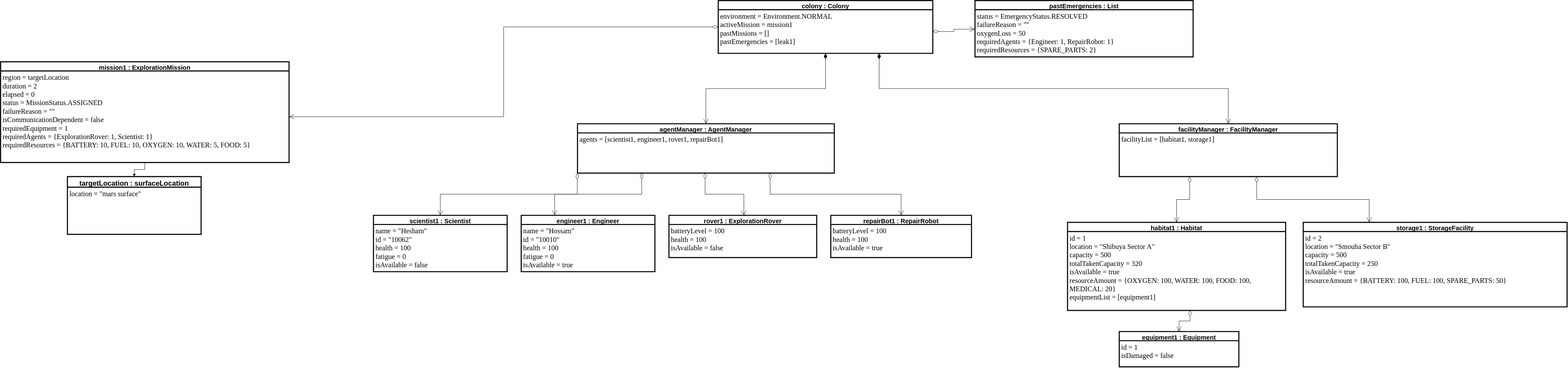
Before: UML Design/objectDiagram.drawio.svg, a diagram exported from draw.io (ZiedDev/programming2-project1). Source tidied: cells renumbered, new cells last; positions are measured from the earlier drawing's top-left corner, leaving out a move shared by most shapes.
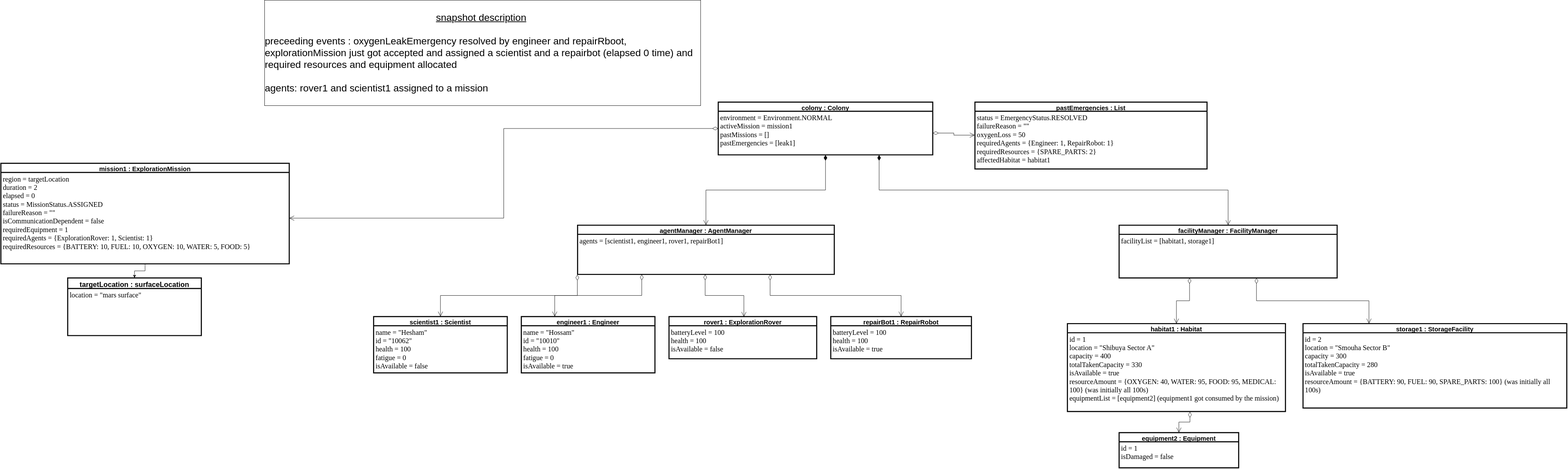
Above is the later version.

Commit message:
tweak uml to be more realistic

Change to the diagram source:
```diff
@@ -21,10 +21,10 @@
       <mxGeometry y="26" width="620" height="124" as="geometry" />
     </mxCell>
     <mxCell id="8" value="&lt;span style=&quot;font-size: 18px;&quot;&gt;pastEmergencies : List&lt;/span&gt;" style="swimlane;fontStyle=1;align=center;verticalAlign=top;horizontal=1;startSize=26;whiteSpace=wrap;html=1;rounded=0;strokeWidth=3;" parent="1" vertex="1">
-      <mxGeometry x="2770" width="620" height="160" as="geometry" />
+      <mxGeometry x="2770" width="660" height="190" as="geometry" />
     </mxCell>
-    <mxCell id="9" value="&lt;span style=&quot;font-size: 20px;&quot;&gt;status = EmergencyStatus.RESOLVED&lt;/span&gt;&lt;div&gt;&lt;span style=&quot;font-size: 20px;&quot;&gt;failureReason = &quot;&quot;&lt;/span&gt;&lt;/div&gt;&lt;div&gt;&lt;span style=&quot;font-size: 20px;&quot;&gt;oxygenLoss = 50&lt;/span&gt;&lt;/div&gt;&lt;div&gt;&lt;span style=&quot;font-size: 20px;&quot;&gt;requiredAgents = {Engineer: 1, RepairRobot: 1}&lt;/span&gt;&lt;/div&gt;&lt;div&gt;&lt;span style=&quot;font-size: 20px;&quot;&gt;requiredResources = {SPARE_PARTS: 2}&lt;/span&gt;&lt;/div&gt;" style="text;strokeColor=none;fillColor=none;align=left;verticalAlign=top;spacingLeft=4;spacingRight=4;overflow=hidden;points=[[0,0.5],[1,0.5]];portConstraint=eastwest;whiteSpace=wrap;html=1;fontFamily=Lucida Console;fontSize=16;fontColor=default;fontStyle=0;rounded=0;" parent="8" vertex="1">
-      <mxGeometry y="26" width="620" height="134" as="geometry" />
+    <mxCell id="9" value="&lt;span style=&quot;font-size: 20px;&quot;&gt;status = EmergencyStatus.RESOLVED&lt;/span&gt;&lt;div&gt;&lt;span style=&quot;font-size: 20px;&quot;&gt;failureReason = &quot;&quot;&lt;/span&gt;&lt;/div&gt;&lt;div&gt;&lt;span style=&quot;font-size: 20px;&quot;&gt;oxygenLoss = 50&lt;/span&gt;&lt;/div&gt;&lt;div&gt;&lt;span style=&quot;font-size: 20px;&quot;&gt;requiredAgents = {Engineer: 1, RepairRobot: 1}&lt;/span&gt;&lt;/div&gt;&lt;div&gt;&lt;span style=&quot;font-size: 20px;&quot;&gt;requiredResources = {SPARE_PARTS: 2}&lt;/span&gt;&lt;/div&gt;&lt;div&gt;&lt;span style=&quot;font-size: 20px;&quot;&gt;affectedHabitat = habitat1&lt;/span&gt;&lt;/div&gt;" style="text;strokeColor=none;fillColor=none;align=left;verticalAlign=top;spacingLeft=4;spacingRight=4;overflow=hidden;points=[[0,0.5],[1,0.5]];portConstraint=eastwest;whiteSpace=wrap;html=1;fontFamily=Lucida Console;fontSize=16;fontColor=default;fontStyle=0;rounded=0;" parent="8" vertex="1">
+      <mxGeometry y="26" width="660" height="164" as="geometry" />
     </mxCell>
     <mxCell id="10" value="&lt;span style=&quot;font-size: 18px;&quot;&gt;scientist1 : Scientist&lt;/span&gt;" style="swimlane;fontStyle=1;align=center;verticalAlign=top;horizontal=1;startSize=26;whiteSpace=wrap;html=1;rounded=0;strokeWidth=3;" parent="1" vertex="1">
       <mxGeometry x="1060" y="610" width="380" height="160" as="geometry" />
@@ -53,16 +53,16 @@
     <mxCell id="18" value="&lt;span style=&quot;font-size: 18px;&quot;&gt;habitat1 : Habitat&lt;/span&gt;" style="swimlane;fontStyle=1;align=center;verticalAlign=top;horizontal=1;startSize=26;whiteSpace=wrap;html=1;rounded=0;strokeWidth=3;" parent="1" vertex="1">
       <mxGeometry x="3033" y="630" width="620" height="250" as="geometry" />
     </mxCell>
-    <mxCell id="19" value="&lt;span style=&quot;font-size: 20px;&quot;&gt;id = 1&lt;/span&gt;&lt;div&gt;&lt;span style=&quot;font-size: 20px;&quot;&gt;location = &quot;Shibuya Sector A&quot;&lt;/span&gt;&lt;/div&gt;&lt;div&gt;&lt;span style=&quot;font-size: 20px;&quot;&gt;capacity = 500&lt;/span&gt;&lt;/div&gt;&lt;div&gt;&lt;span style=&quot;font-size: 20px;&quot;&gt;totalTakenCapacity = 320&lt;/span&gt;&lt;/div&gt;&lt;div&gt;&lt;span style=&quot;font-size: 20px;&quot;&gt;isAvailable = true&lt;/span&gt;&lt;/div&gt;&lt;div&gt;&lt;span style=&quot;font-size: 20px;&quot;&gt;resourceAmount = {OXYGEN: 100, WATER: 100, FOOD: 100, MEDICAL: 20}&lt;/span&gt;&lt;/div&gt;&lt;div&gt;&lt;span style=&quot;font-size: 20px;&quot;&gt;equipmentList = [equipment1]&lt;/span&gt;&lt;/div&gt;" style="text;strokeColor=none;fillColor=none;align=left;verticalAlign=top;spacingLeft=4;spacingRight=4;overflow=hidden;points=[[0,0.5],[1,0.5]];portConstraint=eastwest;whiteSpace=wrap;html=1;fontFamily=Lucida Console;fontSize=16;fontColor=default;fontStyle=0;rounded=0;" parent="18" vertex="1">
+    <mxCell id="19" value="&lt;span style=&quot;font-size: 20px;&quot;&gt;id = 1&lt;/span&gt;&lt;div&gt;&lt;span style=&quot;font-size: 20px;&quot;&gt;location = &quot;Shibuya Sector A&quot;&lt;/span&gt;&lt;/div&gt;&lt;div&gt;&lt;span style=&quot;font-size: 20px;&quot;&gt;capacity = 400&lt;/span&gt;&lt;/div&gt;&lt;div&gt;&lt;span style=&quot;font-size: 20px;&quot;&gt;totalTakenCapacity = 330&lt;/span&gt;&lt;/div&gt;&lt;div&gt;&lt;span style=&quot;font-size: 20px;&quot;&gt;isAvailable = true&lt;/span&gt;&lt;/div&gt;&lt;div&gt;&lt;span style=&quot;font-size: 20px;&quot;&gt;resourceAmount = {OXYGEN: 40, WATER: 95, FOOD: 95, MEDICAL: 100} (was initially all 100s)&lt;/span&gt;&lt;/div&gt;&lt;div&gt;&lt;span style=&quot;font-size: 20px;&quot;&gt;equipmentList = [equipment2] (equipment1 got consumed by the mission)&lt;/span&gt;&lt;/div&gt;" style="text;strokeColor=none;fillColor=none;align=left;verticalAlign=top;spacingLeft=4;spacingRight=4;overflow=hidden;points=[[0,0.5],[1,0.5]];portConstraint=eastwest;whiteSpace=wrap;html=1;fontFamily=Lucida Console;fontSize=16;fontColor=default;fontStyle=0;rounded=0;" parent="18" vertex="1">
       <mxGeometry y="26" width="620" height="224" as="geometry" />
     </mxCell>
     <mxCell id="20" value="&lt;span style=&quot;font-size: 18px;&quot;&gt;storage1 : StorageFacility&lt;/span&gt;" style="swimlane;fontStyle=1;align=center;verticalAlign=top;horizontal=1;startSize=26;whiteSpace=wrap;html=1;rounded=0;strokeWidth=3;" parent="1" vertex="1">
       <mxGeometry x="3703" y="630" width="750" height="240" as="geometry" />
     </mxCell>
-    <mxCell id="21" value="&lt;span style=&quot;font-size: 20px;&quot;&gt;id = 2&lt;/span&gt;&lt;div&gt;&lt;span style=&quot;font-size: 20px;&quot;&gt;location = &quot;Smouha Sector B&quot;&lt;/span&gt;&lt;/div&gt;&lt;div&gt;&lt;span style=&quot;font-size: 20px;&quot;&gt;capacity = 500&lt;/span&gt;&lt;/div&gt;&lt;div&gt;&lt;span style=&quot;font-size: 20px;&quot;&gt;totalTakenCapacity = 250&lt;/span&gt;&lt;/div&gt;&lt;div&gt;&lt;span style=&quot;font-size: 20px;&quot;&gt;isAvailable = true&lt;/span&gt;&lt;/div&gt;&lt;div&gt;&lt;span style=&quot;font-size: 20px;&quot;&gt;resourceAmount = {BATTERY: 100, FUEL: 100, SPARE_PARTS: 50}&lt;/span&gt;&lt;/div&gt;" style="text;strokeColor=none;fillColor=none;align=left;verticalAlign=top;spacingLeft=4;spacingRight=4;overflow=hidden;whiteSpace=wrap;html=1;fontFamily=Lucida Console;fontSize=16;fontColor=default;fontStyle=0;rounded=0;" parent="20" vertex="1">
+    <mxCell id="21" value="&lt;span style=&quot;font-size: 20px;&quot;&gt;id = 2&lt;/span&gt;&lt;div&gt;&lt;span style=&quot;font-size: 20px;&quot;&gt;location = &quot;Smouha Sector B&quot;&lt;/span&gt;&lt;/div&gt;&lt;div&gt;&lt;span style=&quot;font-size: 20px;&quot;&gt;capacity = 300&lt;/span&gt;&lt;/div&gt;&lt;div&gt;&lt;span style=&quot;font-size: 20px;&quot;&gt;totalTakenCapacity = 280&lt;/span&gt;&lt;/div&gt;&lt;div&gt;&lt;span style=&quot;font-size: 20px;&quot;&gt;isAvailable = true&lt;/span&gt;&lt;/div&gt;&lt;div&gt;&lt;span style=&quot;font-size: 20px;&quot;&gt;resourceAmount = {BATTERY: 90, FUEL: 90, SPARE_PARTS: 100} (was initially all 100s)&lt;/span&gt;&lt;/div&gt;" style="text;strokeColor=none;fillColor=none;align=left;verticalAlign=top;spacingLeft=4;spacingRight=4;overflow=hidden;whiteSpace=wrap;html=1;fontFamily=Lucida Console;fontSize=16;fontColor=default;fontStyle=0;rounded=0;" parent="20" vertex="1">
       <mxGeometry y="26" width="750" height="214" as="geometry" />
     </mxCell>
-    <mxCell id="22" value="&lt;span style=&quot;font-size: 18px;&quot;&gt;equipment1 : Equipment&lt;/span&gt;" style="swimlane;fontStyle=1;align=center;verticalAlign=top;horizontal=1;startSize=26;whiteSpace=wrap;html=1;rounded=0;strokeWidth=3;" parent="1" vertex="1">
+    <mxCell id="22" value="&lt;span style=&quot;font-size: 18px;&quot;&gt;equipment2 : Equipment&lt;/span&gt;" style="swimlane;fontStyle=1;align=center;verticalAlign=top;horizontal=1;startSize=26;whiteSpace=wrap;html=1;rounded=0;strokeWidth=3;" parent="1" vertex="1">
       <mxGeometry x="3180" y="940" width="340" height="100" as="geometry" />
     </mxCell>
     <mxCell id="23" value="&lt;span style=&quot;font-size: 20px;&quot;&gt;id = 1&lt;/span&gt;&lt;div&gt;&lt;span style=&quot;font-size: 20px;&quot;&gt;isDamaged = false&lt;/span&gt;&lt;/div&gt;" style="text;strokeColor=none;fillColor=none;align=left;verticalAlign=top;spacingLeft=4;spacingRight=4;overflow=hidden;whiteSpace=wrap;html=1;fontFamily=Lucida Console;fontSize=16;fontColor=default;fontStyle=0;rounded=0;" parent="22" vertex="1">
@@ -116,5 +116,8 @@
     <mxCell id="39" style="endArrow=open;html=1;endSize=12;startArrow=diamondThin;startSize=14;startFill=0;edgeStyle=orthogonalEdgeStyle;align=left;verticalAlign=bottom;rounded=0;defaultLabelBackgroundColor=page;exitX=0;exitY=0.5;exitDx=0;exitDy=0;entryX=1;entryY=0.5;entryDx=0;entryDy=0;" parent="1" edge="1" source="2" target="26">
       <mxGeometry x="-1" y="3" relative="1" as="geometry" />
     </mxCell>
+    <mxCell id="40" value="&lt;font style=&quot;font-size: 28px;&quot;&gt;&lt;u style=&quot;&quot;&gt;snapshot description&lt;/u&gt;&amp;nbsp;&lt;/font&gt;&lt;div&gt;&lt;font style=&quot;font-size: 28px;&quot;&gt;&lt;br&gt;&lt;/font&gt;&lt;div style=&quot;text-align: left;&quot;&gt;&lt;font style=&quot;font-size: 28px;&quot;&gt;preceeding events : oxygenLeakEmergency resolved by engineer and repairRboot, explorationMission just got accepted and assigned a scientist and a repairbot (elapsed 0 time) and required resources and equipment allocated&lt;/font&gt;&lt;/div&gt;&lt;/div&gt;&lt;div style=&quot;text-align: left;&quot;&gt;&lt;font style=&quot;font-size: 28px;&quot;&gt;&lt;br&gt;&lt;/font&gt;&lt;/div&gt;&lt;div style=&quot;text-align: left;&quot;&gt;&lt;font style=&quot;font-size: 28px;&quot;&gt;agents: rover1 and scientist1 assigned to a mission&lt;/font&gt;&lt;/div&gt;" style="rounded=0;whiteSpace=wrap;html=1;" parent="1" vertex="1">
+      <mxGeometry x="750" y="-290" width="1240" height="300" as="geometry" />
+    </mxCell>
   </root>
 </mxGraphModel>
```
